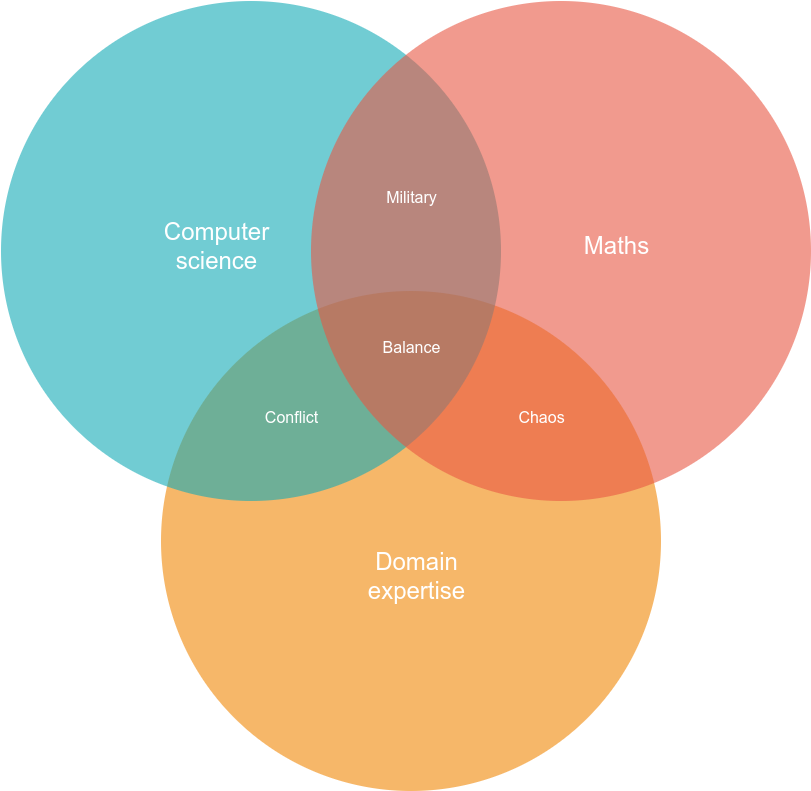
Earlier version of the draw.io export diagrams/computer_science_vs_math_vs_domain_expertise.drawio.png (ryndovaira-org/data_science_lectures). Source tidied: cells renumbered, new cells last; positions are measured from the earlier drawing's top-left corner, leaving out a move shared by most shapes.
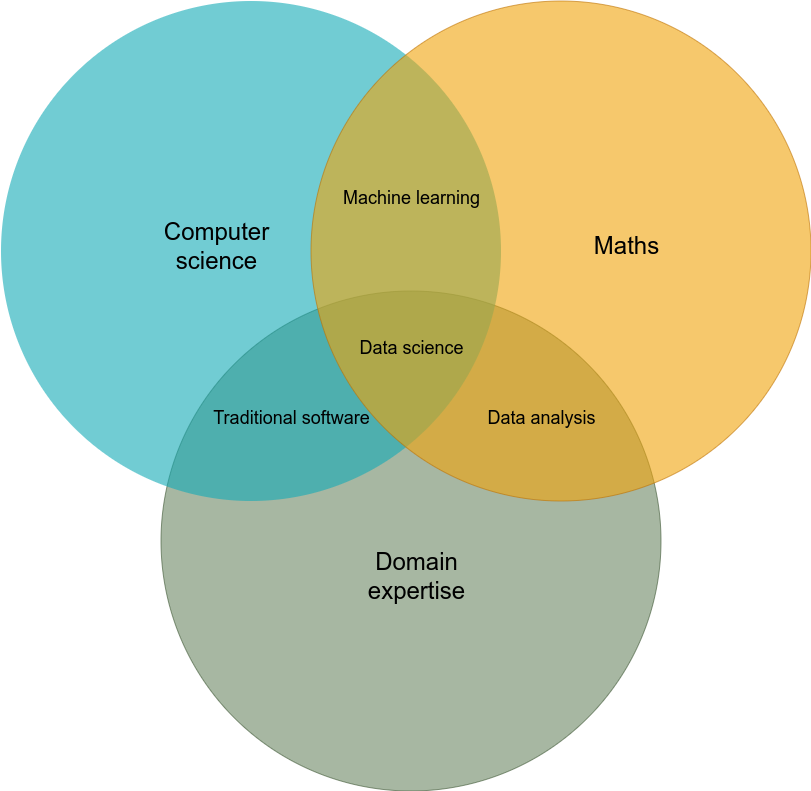
After the commit.

Diff of the diagram source:
```diff
@@ -2,34 +2,34 @@
   <root>
     <mxCell id="0" />
     <mxCell id="1" parent="0" />
-    <mxCell id="2" style="ellipse;fillColor=#F08705;opacity=60;strokeColor=none;html=1;fontColor=#FFFFFF;" parent="1" vertex="1">
+    <mxCell id="2" style="ellipse;fillColor=#6d8764;opacity=60;strokeColor=#3A5431;html=1;fontColor=#ffffff;fontSize=19;" parent="1" vertex="1">
       <mxGeometry x="159.5" y="290.5" width="500" height="500" as="geometry" />
     </mxCell>
-    <mxCell id="3" style="ellipse;fillColor=#12AAB5;opacity=60;strokeColor=none;html=1;fontColor=#FFFFFF;" parent="1" vertex="1">
+    <mxCell id="3" style="ellipse;fillColor=#12AAB5;opacity=60;strokeColor=none;html=1;fontColor=#FFFFFF;fontSize=19;" parent="1" vertex="1">
       <mxGeometry x="-0.5" y="0.5" width="500" height="500" as="geometry" />
     </mxCell>
-    <mxCell id="4" style="ellipse;fillColor=#e85642;opacity=60;strokeColor=none;html=1;fontColor=#FFFFFF;" parent="1" vertex="1">
+    <mxCell id="4" style="ellipse;fillColor=#f0a30a;opacity=60;strokeColor=#BD7000;html=1;fontColor=#000000;fontSize=19;" parent="1" vertex="1">
       <mxGeometry x="309.5" y="0.5" width="500" height="500" as="geometry" />
     </mxCell>
-    <mxCell id="5" value="&lt;div&gt;Computer&lt;/div&gt;&lt;div&gt;science&lt;/div&gt;" style="text;fontSize=24;align=center;verticalAlign=middle;html=1;fontColor=#FFFFFF;" parent="1" vertex="1">
+    <mxCell id="5" value="&lt;div style=&quot;font-size: 24px;&quot;&gt;Computer&lt;/div&gt;&lt;div style=&quot;font-size: 24px;&quot;&gt;science&lt;/div&gt;" style="text;fontSize=24;align=center;verticalAlign=middle;html=1;fontColor=#000000;" parent="1" vertex="1">
       <mxGeometry x="119.5" y="210.5" width="190" height="70" as="geometry" />
     </mxCell>
-    <mxCell id="6" value="Maths" style="text;fontSize=24;align=center;verticalAlign=middle;html=1;fontColor=#FFFFFF;" parent="1" vertex="1">
-      <mxGeometry x="519.5" y="210.5" width="190" height="70" as="geometry" />
+    <mxCell id="6" value="Maths" style="text;fontSize=24;align=center;verticalAlign=middle;html=1;fontColor=#000000;" parent="1" vertex="1">
+      <mxGeometry x="530" y="210.5" width="190" height="70" as="geometry" />
     </mxCell>
-    <mxCell id="7" value="&lt;div&gt;Domain&lt;/div&gt;&lt;div&gt;expertise&lt;/div&gt;" style="text;fontSize=24;align=center;verticalAlign=middle;html=1;fontColor=#FFFFFF;" parent="1" vertex="1">
+    <mxCell id="7" value="&lt;div style=&quot;font-size: 24px;&quot;&gt;Domain&lt;/div&gt;&lt;div style=&quot;font-size: 24px;&quot;&gt;expertise&lt;/div&gt;" style="text;fontSize=24;align=center;verticalAlign=middle;html=1;fontColor=#000000;" parent="1" vertex="1">
       <mxGeometry x="319.5" y="540.5" width="190" height="70" as="geometry" />
     </mxCell>
-    <mxCell id="8" value="Military" style="text;align=center;html=1;fontColor=#FFFFFF;fontSize=16;" parent="1" vertex="1">
+    <mxCell id="8" value="Machine learning" style="text;align=center;html=1;fontColor=#000000;fontSize=18;" parent="1" vertex="1">
       <mxGeometry x="389.5" y="180.5" width="40" height="40" as="geometry" />
     </mxCell>
-    <mxCell id="9" value="Conflict" style="text;align=center;html=1;fontColor=#FFFFFF;fontSize=16;" parent="1" vertex="1">
+    <mxCell id="9" value="Traditional software" style="text;align=center;html=1;fontColor=#000000;fontSize=18;" parent="1" vertex="1">
       <mxGeometry x="269.5" y="400.5" width="40" height="40" as="geometry" />
     </mxCell>
-    <mxCell id="10" value="Chaos" style="text;align=center;html=1;fontColor=#FFFFFF;fontSize=16;" parent="1" vertex="1">
+    <mxCell id="10" value="Data analysis" style="text;align=center;html=1;fontColor=#000000;fontSize=18;" parent="1" vertex="1">
       <mxGeometry x="519.5" y="400.5" width="40" height="40" as="geometry" />
     </mxCell>
-    <mxCell id="11" value="Balance" style="text;align=center;html=1;fontColor=#FFFFFF;fontSize=16;" parent="1" vertex="1">
+    <mxCell id="11" value="Data science" style="text;align=center;html=1;fontColor=#000000;fontSize=18;" parent="1" vertex="1">
       <mxGeometry x="389.5" y="330.5" width="40" height="40" as="geometry" />
     </mxCell>
   </root>
```
